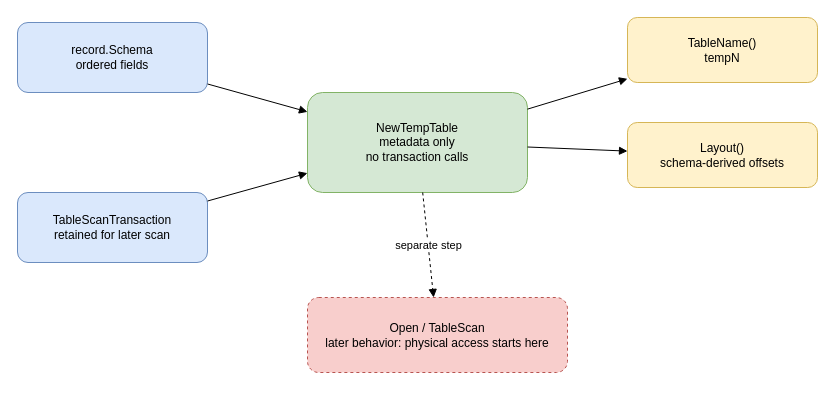
Before: docs/diagrams/ch13-temp-table.drawio in Rwatana/simledb_in_go, a draw.io diagram. Source tidied: cells renumbered, new cells numbered last; positions are measured from the earlier drawing's top-left corner, leaving out a move shared by most shapes. Both pictures are drawn from the tidied source at 100%, with x=0, y=0 at pixel (17, 17).
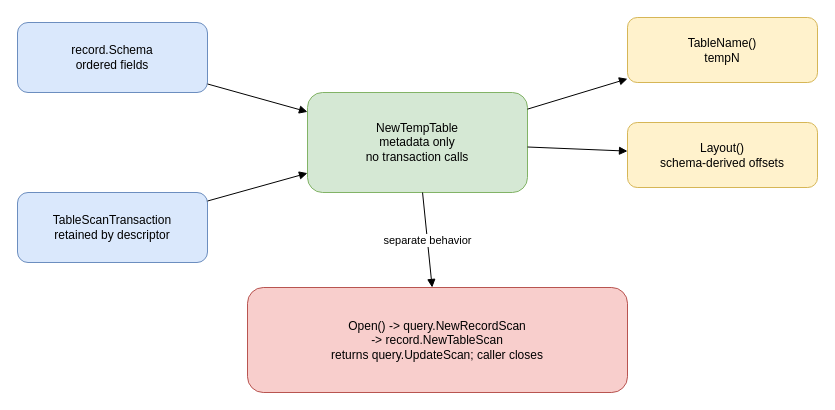
The same page after the edit.

Commit message (it also covers changes not shown here):
feat: open temporary table scans (#1200)

Change to the diagram source:
```diff
@@
 <mxGraphModel>
   <root>
     <mxCell id="0" />
     <mxCell id="1" parent="0" />
     <mxCell id="2" value="record.Schema&#10;ordered fields" style="rounded=1;whiteSpace=wrap;html=1;fillColor=#dae8fc;strokeColor=#6c8ebf;" parent="1" vertex="1">
       <mxGeometry y="5" width="190" height="70" as="geometry" />
     </mxCell>
-    <mxCell id="3" value="TableScanTransaction&#10;retained for later scan" style="rounded=1;whiteSpace=wrap;html=1;fillColor=#dae8fc;strokeColor=#6c8ebf;" parent="1" vertex="1">
+    <mxCell id="3" value="TableScanTransaction&#10;retained by descriptor" style="rounded=1;whiteSpace=wrap;html=1;fillColor=#dae8fc;strokeColor=#6c8ebf;" parent="1" vertex="1">
       <mxGeometry y="175" width="190" height="70" as="geometry" />
     </mxCell>
     <mxCell id="4" value="NewTempTable&#10;metadata only&#10;no transaction calls" style="rounded=1;whiteSpace=wrap;html=1;fillColor=#d5e8d4;strokeColor=#82b366;" parent="1" vertex="1">
       <mxGeometry x="290" y="75" width="220" height="100" as="geometry" />
     </mxCell>
     <mxCell id="5" value="TableName()&#10;tempN" style="rounded=1;whiteSpace=wrap;html=1;fillColor=#fff2cc;strokeColor=#d6b656;" parent="1" vertex="1">
       <mxGeometry x="610" width="190" height="65" as="geometry" />
     </mxCell>
     <mxCell id="6" value="Layout()&#10;schema-derived offsets" style="rounded=1;whiteSpace=wrap;html=1;fillColor=#fff2cc;strokeColor=#d6b656;" parent="1" vertex="1">
       <mxGeometry x="610" y="105" width="190" height="65" as="geometry" />
     </mxCell>
-    <mxCell id="7" value="Open / TableScan&#10;later behavior: physical access starts here" style="rounded=1;whiteSpace=wrap;html=1;fillColor=#f8cecc;strokeColor=#b85450;dashed=1;" parent="1" vertex="1">
-      <mxGeometry x="290" y="280" width="260" height="75" as="geometry" />
+    <mxCell id="7" value="Open() -&gt; query.NewRecordScan&#10;-&gt; record.NewTableScan&#10;returns query.UpdateScan; caller closes" style="rounded=1;whiteSpace=wrap;html=1;fillColor=#f8cecc;strokeColor=#b85450;" parent="1" vertex="1">
+      <mxGeometry x="230" y="270" width="380" height="105" as="geometry" />
     </mxCell>
     <mxCell id="8" style="endArrow=block;html=1;rounded=0;" parent="1" edge="1" source="2" target="4">
       <mxGeometry relative="1" as="geometry" />
     </mxCell>
     <mxCell id="9" style="endArrow=block;html=1;rounded=0;" parent="1" edge="1" source="3" target="4">
       <mxGeometry relative="1" as="geometry" />
     </mxCell>
     <mxCell id="10" style="endArrow=block;html=1;rounded=0;" parent="1" edge="1" source="4" target="5">
       <mxGeometry relative="1" as="geometry" />
     </mxCell>
     <mxCell id="11" style="endArrow=block;html=1;rounded=0;" parent="1" edge="1" source="4" target="6">
       <mxGeometry relative="1" as="geometry" />
     </mxCell>
-    <mxCell id="12" value="separate step" style="endArrow=block;html=1;dashed=1;" parent="1" edge="1" source="4" target="7">
+    <mxCell id="12" value="separate behavior" style="endArrow=block;html=1;" parent="1" edge="1" source="4" target="7">
       <mxGeometry relative="1" as="geometry" />
     </mxCell>
   </root>
 </mxGraphModel>
```
